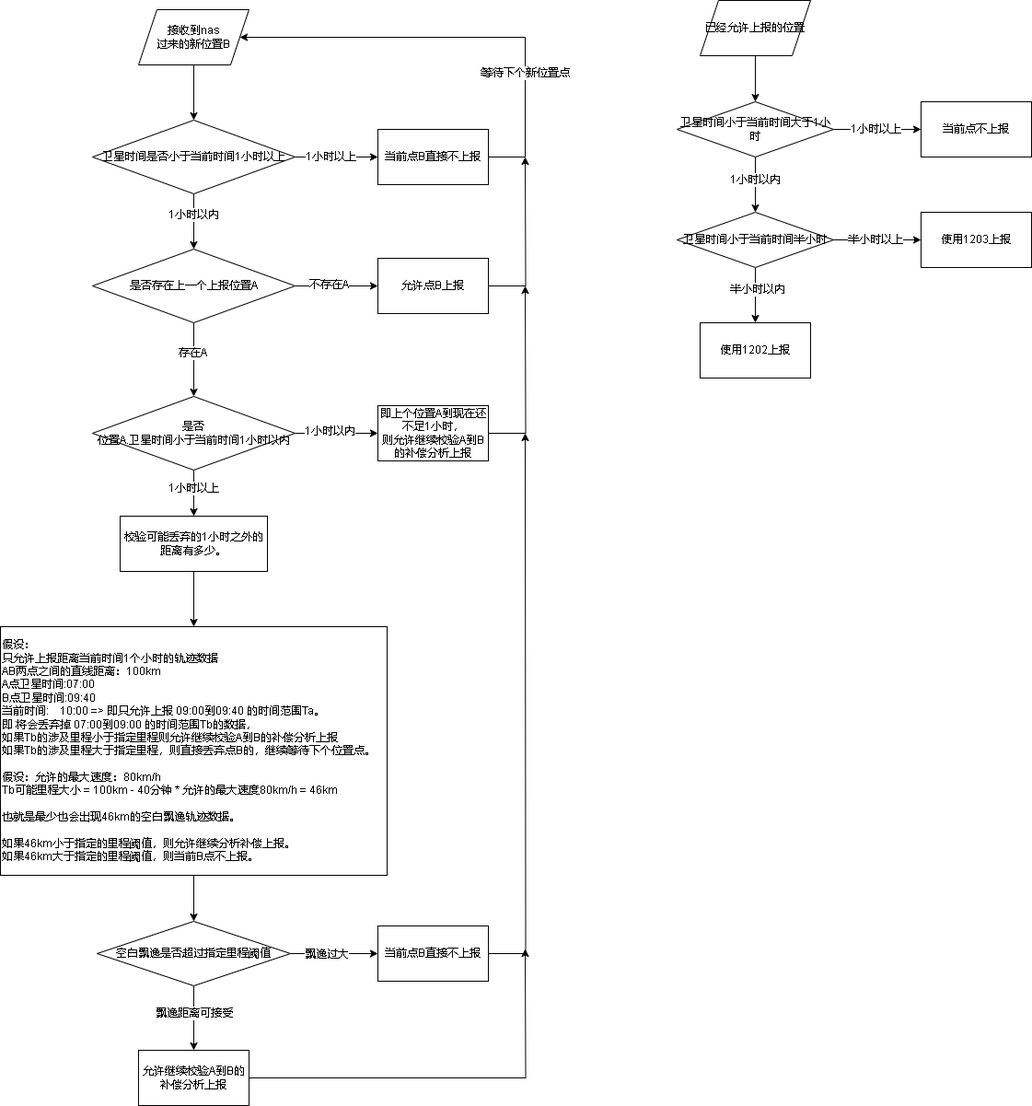
Earlier version of the draw.io export 809轨迹时间异常.drawio.png (xktder/draw). Source tidied: cells renumbered, new cells last; positions are measured from the earlier drawing's top-left corner, leaving out a move shared by most shapes.
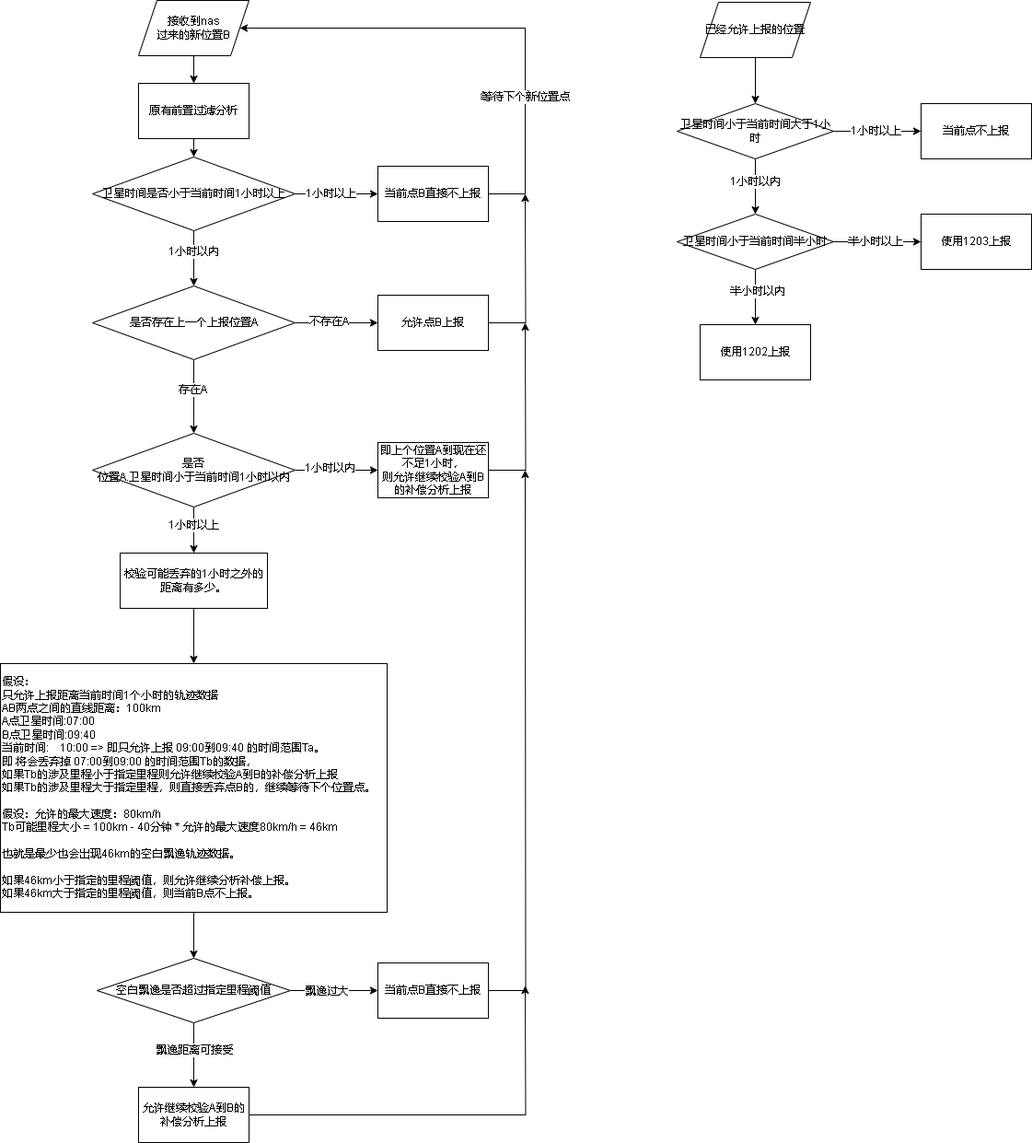
Above is the later version.

Commit message:
更新809轨迹时间异常.drawio.png

What changed in the source:
```diff
@@ -17,17 +17,17 @@
     <mxCell id="6" value="卫星时间是否小于当前时间1小时以上" style="rhombus;whiteSpace=wrap;html=1;" parent="1" vertex="1">
       <mxGeometry x="100" y="130" width="220" height="80" as="geometry" />
     </mxCell>
-    <mxCell id="7" style="edgeStyle=orthogonalEdgeStyle;rounded=0;jettySize=auto;html=1;entryX=0.5;entryY=0;entryDx=0;entryDy=0;" parent="1" edge="1" source="8" target="6">
+    <mxCell id="7" style="edgeStyle=orthogonalEdgeStyle;rounded=0;jettySize=auto;html=1;entryX=0.5;entryY=0;entryDx=0;entryDy=0;" parent="1" edge="1" source="8" target="55">
       <mxGeometry relative="1" as="geometry" />
     </mxCell>
     <mxCell id="8" value="接收到nas&lt;br&gt;过来的新位置B" style="shape=parallelogram;perimeter=parallelogramPerimeter;whiteSpace=wrap;html=1;fixedSize=1;" parent="1" vertex="1">
-      <mxGeometry x="150" y="10" width="120" height="60" as="geometry" />
+      <mxGeometry x="150" y="-40" width="120" height="60" as="geometry" />
     </mxCell>
     <mxCell id="9" style="edgeStyle=orthogonalEdgeStyle;rounded=0;jettySize=auto;html=1;entryX=1;entryY=0.5;entryDx=0;entryDy=0;" parent="1" edge="1" source="11" target="8">
       <mxGeometry relative="1" as="geometry">
         <Array as="points">
           <mxPoint x="570" y="170" />
-          <mxPoint x="570" y="40" />
+          <mxPoint x="570" y="-10" />
         </Array>
       </mxGeometry>
     </mxCell>
@@ -130,7 +130,7 @@
       <mxGeometry relative="1" as="geometry" />
     </mxCell>
     <mxCell id="40" value="已经允许上报的位置" style="shape=parallelogram;perimeter=parallelogramPerimeter;whiteSpace=wrap;html=1;fixedSize=1;" parent="1" vertex="1">
-      <mxGeometry x="760" width="120" height="60" as="geometry" />
+      <mxGeometry x="760" y="-38" width="120" height="60" as="geometry" />
     </mxCell>
     <mxCell id="41" style="edgeStyle=orthogonalEdgeStyle;rounded=0;jettySize=auto;html=1;" parent="1" edge="1" source="45" target="46">
       <mxGeometry relative="1" as="geometry" />
@@ -147,10 +147,10 @@
       <mxGeometry x="-0.2" relative="1" as="geometry" />
     </mxCell>
     <mxCell id="45" value="卫星时间小于当前时间大于1小时" style="rhombus;whiteSpace=wrap;html=1;" parent="1" vertex="1">
-      <mxGeometry x="735" y="110" width="170" height="60" as="geometry" />
+      <mxGeometry x="735" y="72" width="170" height="60" as="geometry" />
     </mxCell>
     <mxCell id="46" value="当前点不上报" style="whiteSpace=wrap;html=1;" parent="1" vertex="1">
-      <mxGeometry x="1000" y="110" width="120" height="60" as="geometry" />
+      <mxGeometry x="1000" y="72" width="120" height="60" as="geometry" />
     </mxCell>
     <mxCell id="47" style="edgeStyle=orthogonalEdgeStyle;rounded=0;jettySize=auto;html=1;" parent="1" edge="1" source="51" target="52">
       <mxGeometry relative="1" as="geometry" />
@@ -167,13 +167,19 @@
       <mxGeometry x="-0.23" y="2" relative="1" as="geometry" />
     </mxCell>
     <mxCell id="51" value="卫星时间小于当前时间半小时" style="rhombus;whiteSpace=wrap;html=1;" parent="1" vertex="1">
-      <mxGeometry x="735" y="230" width="170" height="60" as="geometry" />
+      <mxGeometry x="735" y="192" width="170" height="60" as="geometry" />
     </mxCell>
     <mxCell id="52" value="使用1203上报" style="whiteSpace=wrap;html=1;" parent="1" vertex="1">
-      <mxGeometry x="1000" y="230" width="120" height="60" as="geometry" />
+      <mxGeometry x="1000" y="192" width="120" height="60" as="geometry" />
     </mxCell>
     <mxCell id="53" value="使用1202上报" style="whiteSpace=wrap;html=1;" parent="1" vertex="1">
-      <mxGeometry x="760" y="350" width="120" height="60" as="geometry" />
+      <mxGeometry x="760" y="312" width="120" height="60" as="geometry" />
     </mxCell>
+    <mxCell id="54" style="edgeStyle=orthogonalEdgeStyle;rounded=0;jettySize=auto;html=1;exitX=0.5;exitY=1;exitDx=0;exitDy=0;entryX=0.5;entryY=0;entryDx=0;entryDy=0;" parent="1" edge="1" source="55" target="6">
+      <mxGeometry relative="1" as="geometry" />
+    </mxCell>
+    <mxCell id="55" value="原有前置过滤分析" style="rounded=0;whiteSpace=wrap;html=1;" parent="1" vertex="1">
+      <mxGeometry x="150" y="50" width="120" height="60" as="geometry" />
+    </mxCell>
   </root>
 </mxGraphModel>
```
